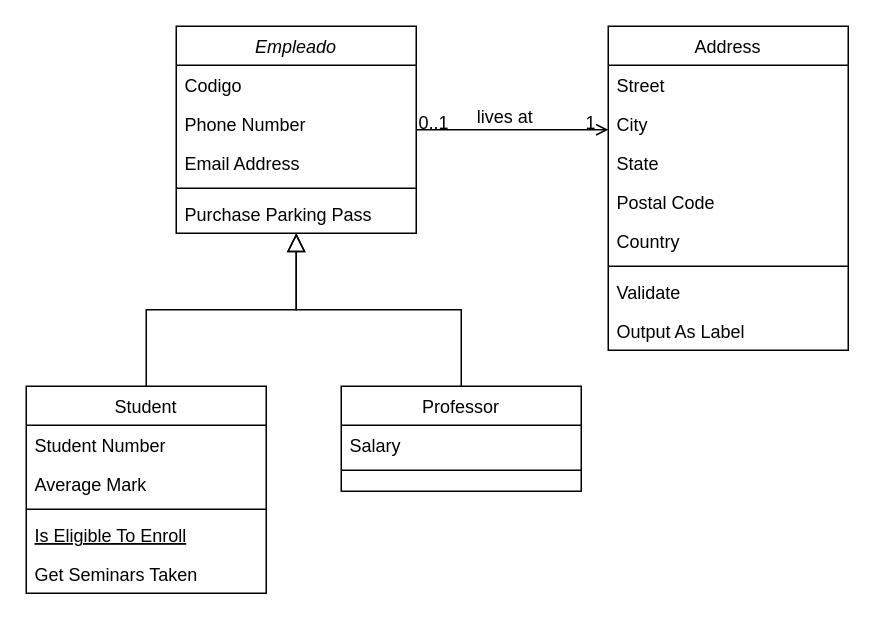
RoyGeova07/Proyecto_Progra3_Simulador-Avanzado-de-Gestion-de-una-Planta-Industrial-Inteligente keeps this draw.io diagram as Diagrama sin título.drawio. Above is the earlier version. Source tidied: cells renumbered, new cells numbered last; positions are measured from the earlier drawing's top-left corner, leaving out a move shared by most shapes. Both pictures are drawn from the tidied source at 150%, with x=0, y=0 at pixel (26, 26).
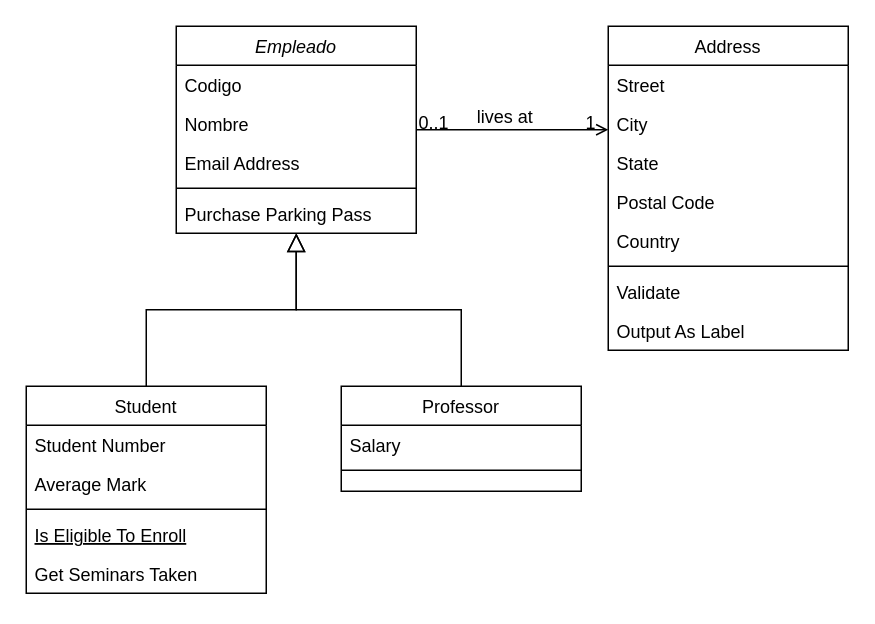
The same diagram, later.

The change refers to these unchanged cells:
```xml
<mxCell id="2" value="Empleado" style="swimlane;fontStyle=2;align=center;verticalAlign=top;horizontal=1;startSize=26;rounded=0;shadow=0;strokeWidth=1;" parent="1" vertex="1">
  <mxGeometry x="100" width="160" height="138" as="geometry" />
</mxCell>
```

What changed in the source:
```diff
@@
-    <mxCell id="4" value="Phone Number" style="text;align=left;verticalAlign=top;spacingLeft=4;spacingRight=4;overflow=hidden;rounded=0;shadow=0;html=0;" parent="2" vertex="1">
+    <mxCell id="4" value="Nombre" style="text;align=left;verticalAlign=top;spacingLeft=4;spacingRight=4;overflow=hidden;rounded=0;shadow=0;html=0;" parent="2" vertex="1">
       <mxGeometry y="52" width="160" height="26" as="geometry" />
     </mxCell>
```
